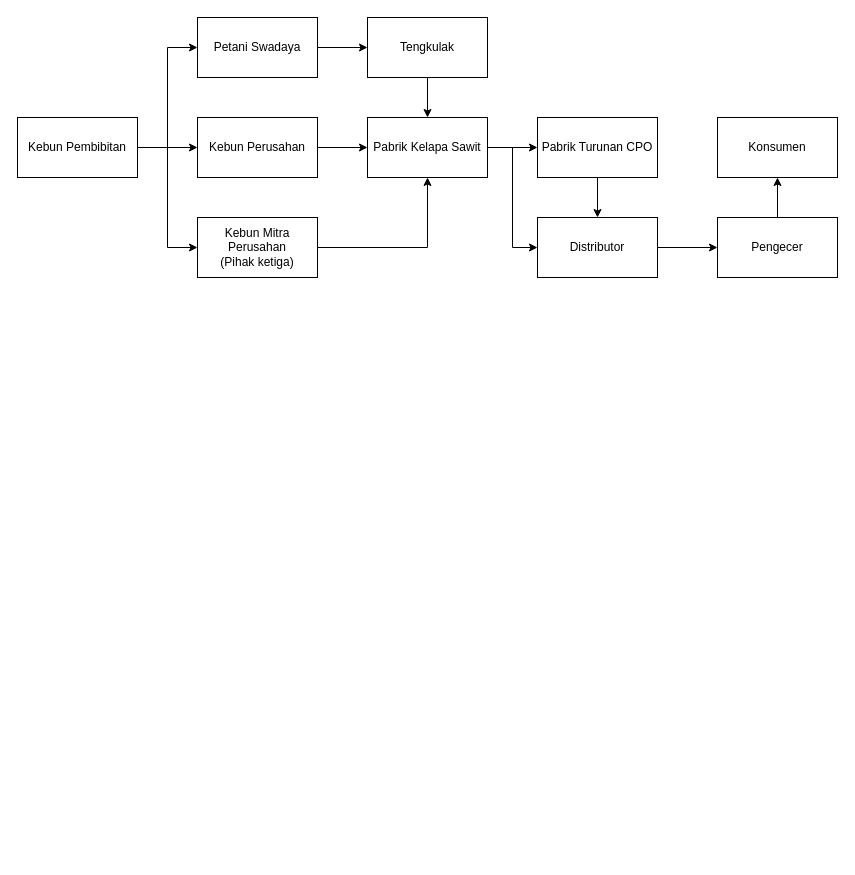
The draw.io diagram rantai-pasok.drawio in xoghub/diagrams, before the edit. Source tidied: cells renumbered, new cells numbered last; positions are measured from the earlier drawing's top-left corner, leaving out a move shared by most shapes. Both pictures are drawn from the tidied source at 100%, with x=0, y=0 at pixel (17, 17).
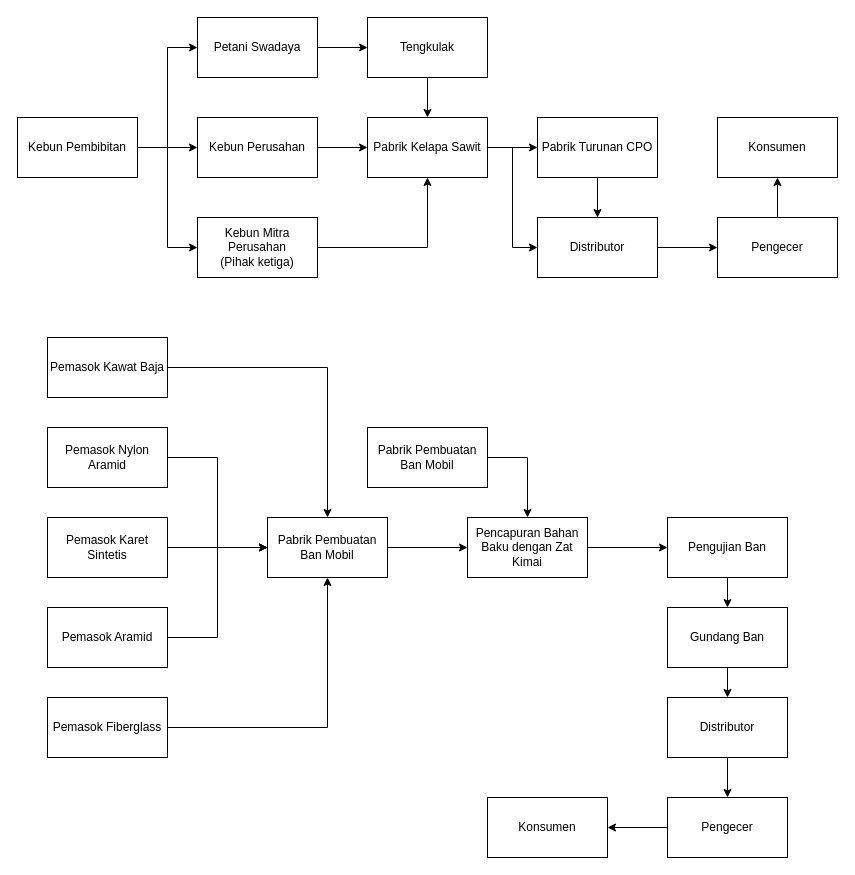
After the change.

Commit message:
Add Supply Chain Ban Mobil

Change to the diagram source:
```diff
@@
+    <mxCell id="24" style="edgeStyle=orthogonalEdgeStyle;rounded=0;jettySize=auto;html=1;entryX=0.5;entryY=0;entryDx=0;entryDy=0;" parent="1" edge="1" source="25" target="35">
+      <mxGeometry relative="1" as="geometry" />
+    </mxCell>
+    <mxCell id="25" value="Pemasok Kawat Baja" style="rounded=0;whiteSpace=wrap;html=1;" parent="1" vertex="1">
+      <mxGeometry x="30" y="320" width="120" height="60" as="geometry" />
+    </mxCell>
+    <mxCell id="26" style="edgeStyle=orthogonalEdgeStyle;rounded=0;jettySize=auto;html=1;entryX=0;entryY=0.5;entryDx=0;entryDy=0;" parent="1" edge="1" source="27" target="35">
+      <mxGeometry relative="1" as="geometry" />
+    </mxCell>
+    <mxCell id="27" value="Pemasok Nylon Aramid" style="rounded=0;whiteSpace=wrap;html=1;" parent="1" vertex="1">
+      <mxGeometry x="30" y="410" width="120" height="60" as="geometry" />
+    </mxCell>
+    <mxCell id="28" style="edgeStyle=orthogonalEdgeStyle;rounded=0;jettySize=auto;html=1;exitX=1;exitY=0.5;exitDx=0;exitDy=0;entryX=0;entryY=0.5;entryDx=0;entryDy=0;" parent="1" edge="1" source="29" target="35">
+      <mxGeometry relative="1" as="geometry" />
+    </mxCell>
+    <mxCell id="29" value="Pemasok Karet Sintetis" style="rounded=0;whiteSpace=wrap;html=1;" parent="1" vertex="1">
+      <mxGeometry x="30" y="500" width="120" height="60" as="geometry" />
+    </mxCell>
+    <mxCell id="30" style="edgeStyle=orthogonalEdgeStyle;rounded=0;jettySize=auto;html=1;entryX=0;entryY=0.5;entryDx=0;entryDy=0;" parent="1" edge="1" source="31" target="35">
+      <mxGeometry relative="1" as="geometry" />
+    </mxCell>
+    <mxCell id="31" value="Pemasok Aramid" style="rounded=0;whiteSpace=wrap;html=1;" parent="1" vertex="1">
+      <mxGeometry x="30" y="590" width="120" height="60" as="geometry" />
+    </mxCell>
+    <mxCell id="32" style="edgeStyle=orthogonalEdgeStyle;rounded=0;jettySize=auto;html=1;entryX=0.5;entryY=1;entryDx=0;entryDy=0;" parent="1" edge="1" source="33" target="35">
+      <mxGeometry relative="1" as="geometry" />
+    </mxCell>
+    <mxCell id="33" value="Pemasok Fiberglass" style="rounded=0;whiteSpace=wrap;html=1;" parent="1" vertex="1">
+      <mxGeometry x="30" y="680" width="120" height="60" as="geometry" />
+    </mxCell>
+    <mxCell id="34" style="edgeStyle=orthogonalEdgeStyle;rounded=0;jettySize=auto;html=1;entryX=0;entryY=0.5;entryDx=0;entryDy=0;" parent="1" edge="1" source="35" target="39">
+      <mxGeometry relative="1" as="geometry" />
+    </mxCell>
+    <mxCell id="35" value="Pabrik Pembuatan Ban Mobil" style="rounded=0;whiteSpace=wrap;html=1;" parent="1" vertex="1">
+      <mxGeometry x="250" y="500" width="120" height="60" as="geometry" />
+    </mxCell>
+    <mxCell id="36" style="edgeStyle=orthogonalEdgeStyle;rounded=0;jettySize=auto;html=1;entryX=0.5;entryY=0;entryDx=0;entryDy=0;" parent="1" edge="1" source="37" target="39">
+      <mxGeometry relative="1" as="geometry">
+        <Array as="points">
+          <mxPoint x="510" y="440" />
+        </Array>
+      </mxGeometry>
+    </mxCell>
+    <mxCell id="37" value="Pabrik Pembuatan Ban Mobil" style="rounded=0;whiteSpace=wrap;html=1;" parent="1" vertex="1">
+      <mxGeometry x="350" y="410" width="120" height="60" as="geometry" />
+    </mxCell>
+    <mxCell id="38" style="edgeStyle=orthogonalEdgeStyle;rounded=0;jettySize=auto;html=1;" parent="1" edge="1" source="39" target="41">
+      <mxGeometry relative="1" as="geometry" />
+    </mxCell>
+    <mxCell id="39" value="Pencapuran Bahan Baku dengan Zat Kimai" style="rounded=0;whiteSpace=wrap;html=1;" parent="1" vertex="1">
+      <mxGeometry x="450" y="500" width="120" height="60" as="geometry" />
+    </mxCell>
+    <mxCell id="40" style="edgeStyle=orthogonalEdgeStyle;rounded=0;jettySize=auto;html=1;" parent="1" edge="1" source="41" target="43">
+      <mxGeometry relative="1" as="geometry" />
+    </mxCell>
+    <mxCell id="41" value="Pengujian Ban" style="whiteSpace=wrap;html=1;rounded=0;" parent="1" vertex="1">
+      <mxGeometry x="650" y="500" width="120" height="60" as="geometry" />
+    </mxCell>
+    <mxCell id="42" style="edgeStyle=orthogonalEdgeStyle;rounded=0;jettySize=auto;html=1;" parent="1" edge="1" source="43" target="45">
+      <mxGeometry relative="1" as="geometry" />
+    </mxCell>
+    <mxCell id="43" value="Gundang Ban" style="whiteSpace=wrap;html=1;rounded=0;" parent="1" vertex="1">
+      <mxGeometry x="650" y="590" width="120" height="60" as="geometry" />
+    </mxCell>
+    <mxCell id="44" style="edgeStyle=orthogonalEdgeStyle;rounded=0;jettySize=auto;html=1;" parent="1" edge="1" source="45" target="47">
+      <mxGeometry relative="1" as="geometry" />
+    </mxCell>
+    <mxCell id="45" value="Distributor" style="whiteSpace=wrap;html=1;rounded=0;" parent="1" vertex="1">
+      <mxGeometry x="650" y="680" width="120" height="60" as="geometry" />
+    </mxCell>
+    <mxCell id="46" style="edgeStyle=orthogonalEdgeStyle;rounded=0;jettySize=auto;html=1;" parent="1" edge="1" source="47" target="48">
+      <mxGeometry relative="1" as="geometry" />
+    </mxCell>
+    <mxCell id="47" value="Pengecer" style="whiteSpace=wrap;html=1;rounded=0;" parent="1" vertex="1">
+      <mxGeometry x="650" y="780" width="120" height="60" as="geometry" />
+    </mxCell>
+    <mxCell id="48" value="Konsumen" style="whiteSpace=wrap;html=1;rounded=0;" parent="1" vertex="1">
+      <mxGeometry x="470" y="780" width="120" height="60" as="geometry" />
+    </mxCell>
```
